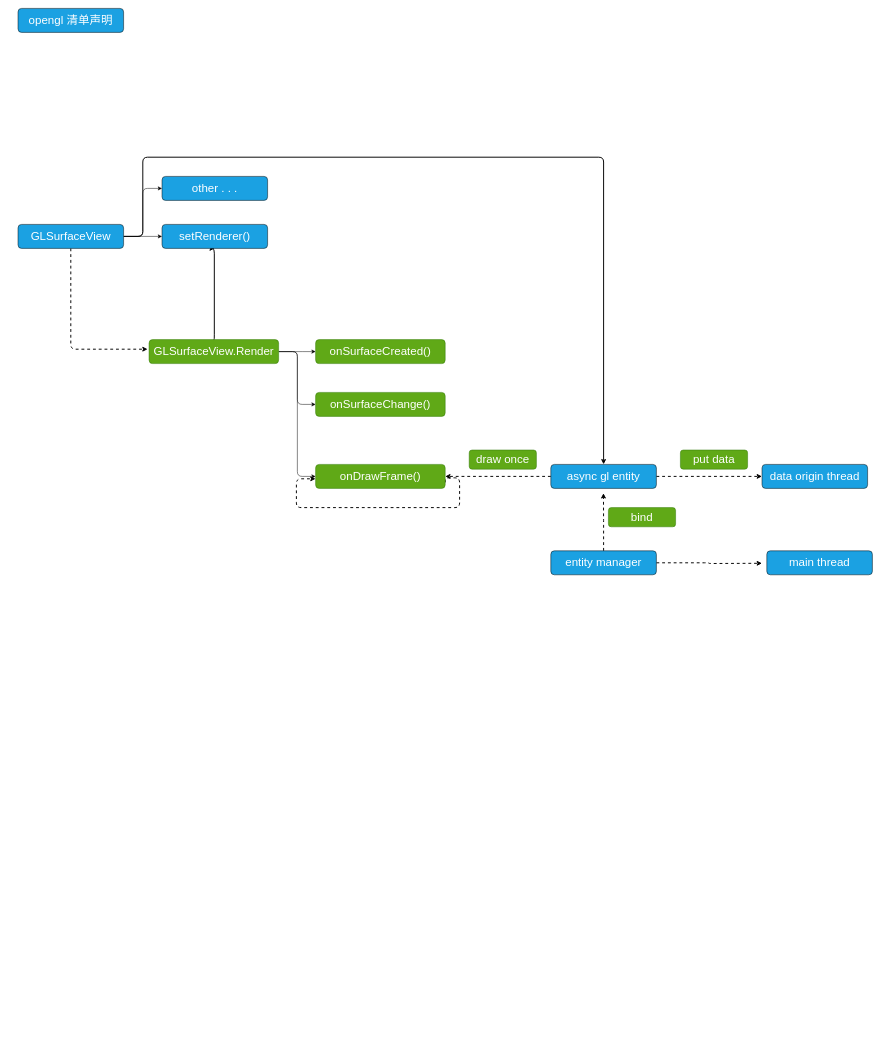
Earlier version of the draw.io diagram draw/android-opengl.drawio (GarfiledXu/dendron). Source tidied: cells renumbered, new cells numbered last; positions are measured from the earlier drawing's top-left corner, leaving out a move shared by most shapes. Both pictures are drawn from the tidied source at 48%, with x=0, y=0 at pixel (18, 8).
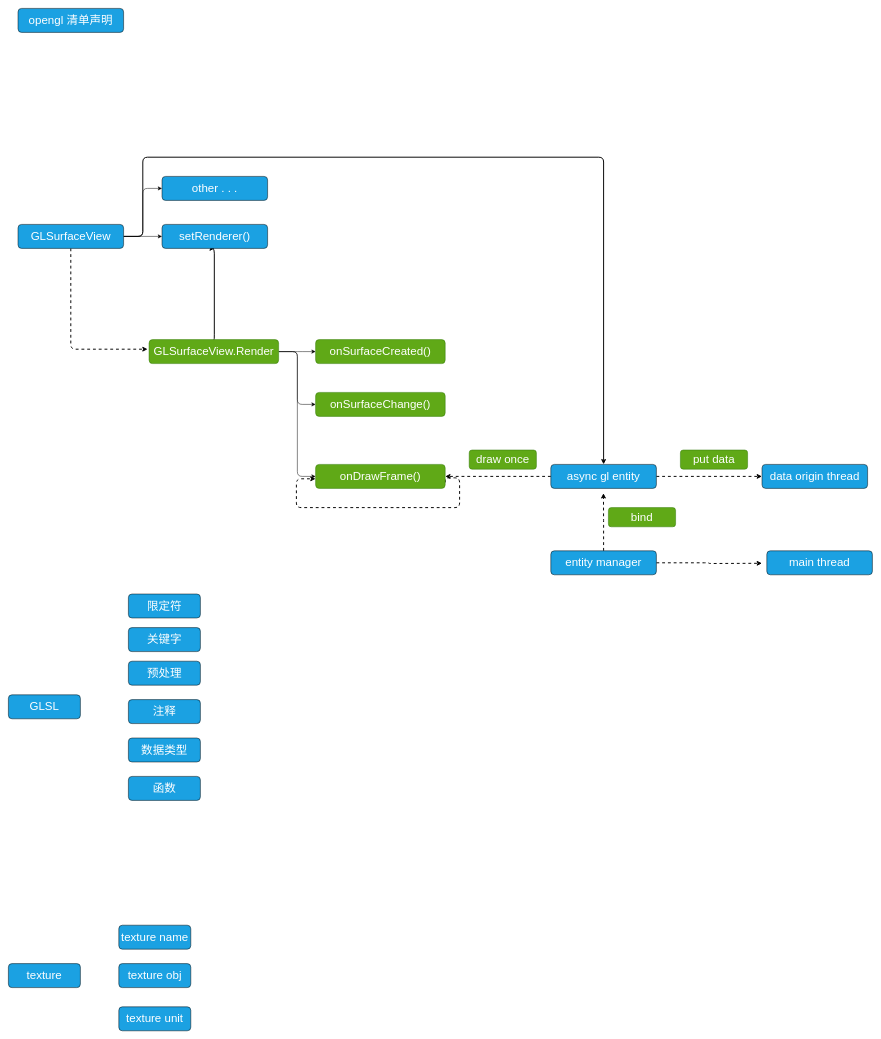
The same page after the edit.

The edit, as a diff of the source:
```diff
@@
+    <mxCell id="30" value="&lt;font color=&quot;#ffffff&quot;&gt;&lt;span style=&quot;font-size: 24px;&quot;&gt;GLSL&lt;br&gt;&lt;/span&gt;&lt;/font&gt;" style="rounded=1;whiteSpace=wrap;html=1;fillColor=#1BA1E2;" parent="1" vertex="1">
+      <mxGeometry x="-20" y="1430" width="150" height="50" as="geometry" />
+    </mxCell>
+    <mxCell id="31" value="&lt;font color=&quot;#ffffff&quot;&gt;&lt;span style=&quot;font-size: 24px;&quot;&gt;预处理&lt;br&gt;&lt;/span&gt;&lt;/font&gt;" style="rounded=1;whiteSpace=wrap;html=1;fillColor=#1BA1E2;" parent="1" vertex="1">
+      <mxGeometry x="230" y="1360" width="150" height="50" as="geometry" />
+    </mxCell>
+    <mxCell id="32" value="&lt;font color=&quot;#ffffff&quot;&gt;&lt;span style=&quot;font-size: 24px;&quot;&gt;注释&lt;br&gt;&lt;/span&gt;&lt;/font&gt;" style="rounded=1;whiteSpace=wrap;html=1;fillColor=#1BA1E2;" parent="1" vertex="1">
+      <mxGeometry x="230" y="1440" width="150" height="50" as="geometry" />
+    </mxCell>
+    <mxCell id="33" value="&lt;font color=&quot;#ffffff&quot;&gt;&lt;span style=&quot;font-size: 24px;&quot;&gt;数据类型&lt;br&gt;&lt;/span&gt;&lt;/font&gt;" style="rounded=1;whiteSpace=wrap;html=1;fillColor=#1BA1E2;" parent="1" vertex="1">
+      <mxGeometry x="230" y="1520" width="150" height="50" as="geometry" />
+    </mxCell>
+    <mxCell id="34" value="&lt;font color=&quot;#ffffff&quot;&gt;&lt;span style=&quot;font-size: 24px;&quot;&gt;函数&lt;br&gt;&lt;/span&gt;&lt;/font&gt;" style="rounded=1;whiteSpace=wrap;html=1;fillColor=#1BA1E2;" parent="1" vertex="1">
+      <mxGeometry x="230" y="1600" width="150" height="50" as="geometry" />
+    </mxCell>
+    <mxCell id="35" value="&lt;font color=&quot;#ffffff&quot;&gt;&lt;span style=&quot;font-size: 24px;&quot;&gt;关键字&lt;br&gt;&lt;/span&gt;&lt;/font&gt;" style="rounded=1;whiteSpace=wrap;html=1;fillColor=#1BA1E2;" parent="1" vertex="1">
+      <mxGeometry x="230" y="1290" width="150" height="50" as="geometry" />
+    </mxCell>
+    <mxCell id="36" value="&lt;font color=&quot;#ffffff&quot;&gt;&lt;span style=&quot;font-size: 24px;&quot;&gt;限定符&lt;br&gt;&lt;/span&gt;&lt;/font&gt;" style="rounded=1;whiteSpace=wrap;html=1;fillColor=#1BA1E2;" parent="1" vertex="1">
+      <mxGeometry x="230" y="1220" width="150" height="50" as="geometry" />
+    </mxCell>
+    <mxCell id="37" value="&lt;font color=&quot;#ffffff&quot;&gt;&lt;span style=&quot;font-size: 24px;&quot;&gt;texture&lt;br&gt;&lt;/span&gt;&lt;/font&gt;" style="rounded=1;whiteSpace=wrap;html=1;fillColor=#1BA1E2;" parent="1" vertex="1">
+      <mxGeometry x="-20" y="1990" width="150" height="50" as="geometry" />
+    </mxCell>
+    <mxCell id="38" value="&lt;font color=&quot;#ffffff&quot;&gt;&lt;span style=&quot;font-size: 24px;&quot;&gt;texture name&lt;br&gt;&lt;/span&gt;&lt;/font&gt;" style="rounded=1;whiteSpace=wrap;html=1;fillColor=#1BA1E2;" parent="1" vertex="1">
+      <mxGeometry x="210" y="1910" width="150" height="50" as="geometry" />
+    </mxCell>
+    <mxCell id="39" value="&lt;font color=&quot;#ffffff&quot;&gt;&lt;span style=&quot;font-size: 24px;&quot;&gt;texture obj&lt;br&gt;&lt;/span&gt;&lt;/font&gt;" style="rounded=1;whiteSpace=wrap;html=1;fillColor=#1BA1E2;" parent="1" vertex="1">
+      <mxGeometry x="210" y="1990" width="150" height="50" as="geometry" />
+    </mxCell>
+    <mxCell id="40" value="&lt;font color=&quot;#ffffff&quot;&gt;&lt;span style=&quot;font-size: 24px;&quot;&gt;texture unit&lt;br&gt;&lt;/span&gt;&lt;/font&gt;" style="rounded=1;whiteSpace=wrap;html=1;fillColor=#1BA1E2;" parent="1" vertex="1">
+      <mxGeometry x="210" y="2080" width="150" height="50" as="geometry" />
+    </mxCell>
```
